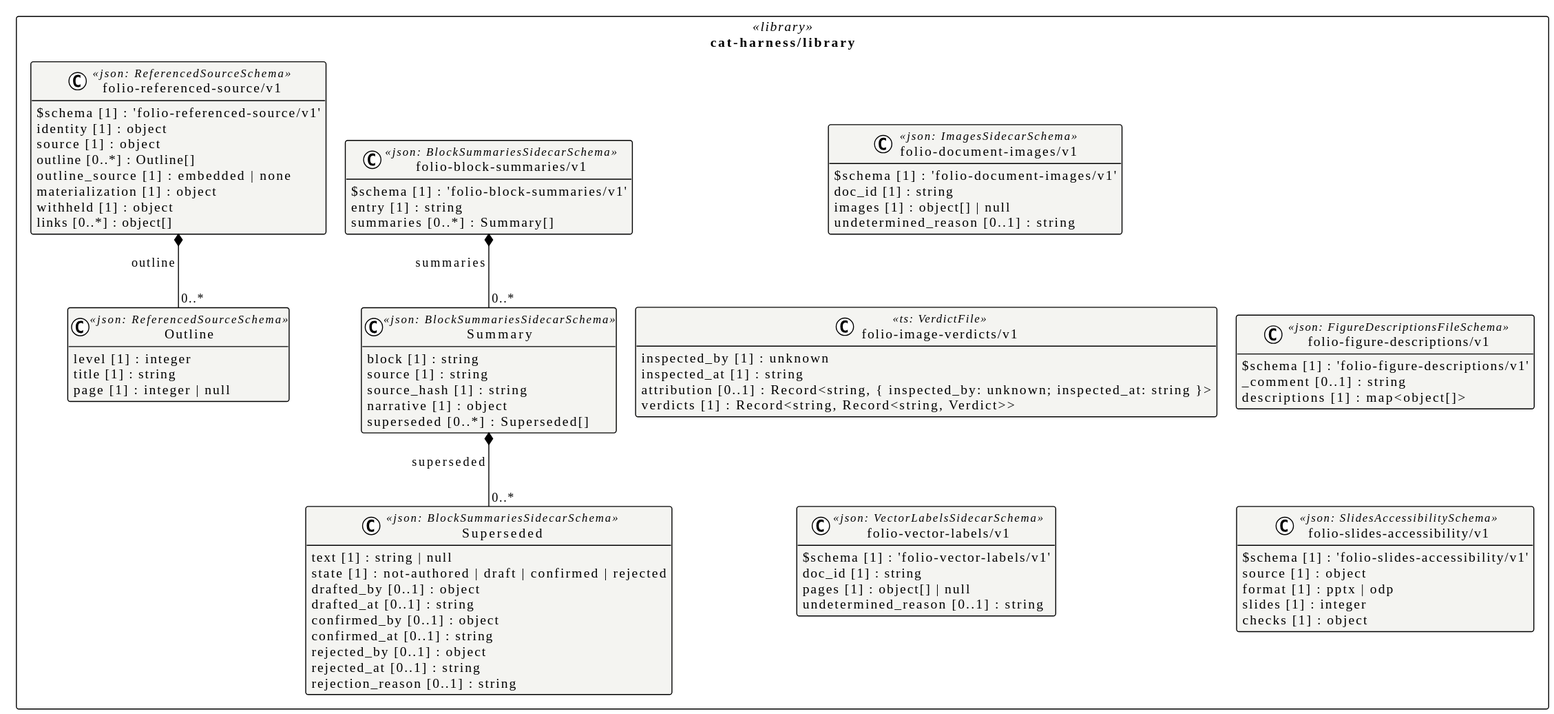
The PlantUML diagram assets/img/uml/overview/cat-harness/library.svg in litlfred/smart-trust, before a commit.
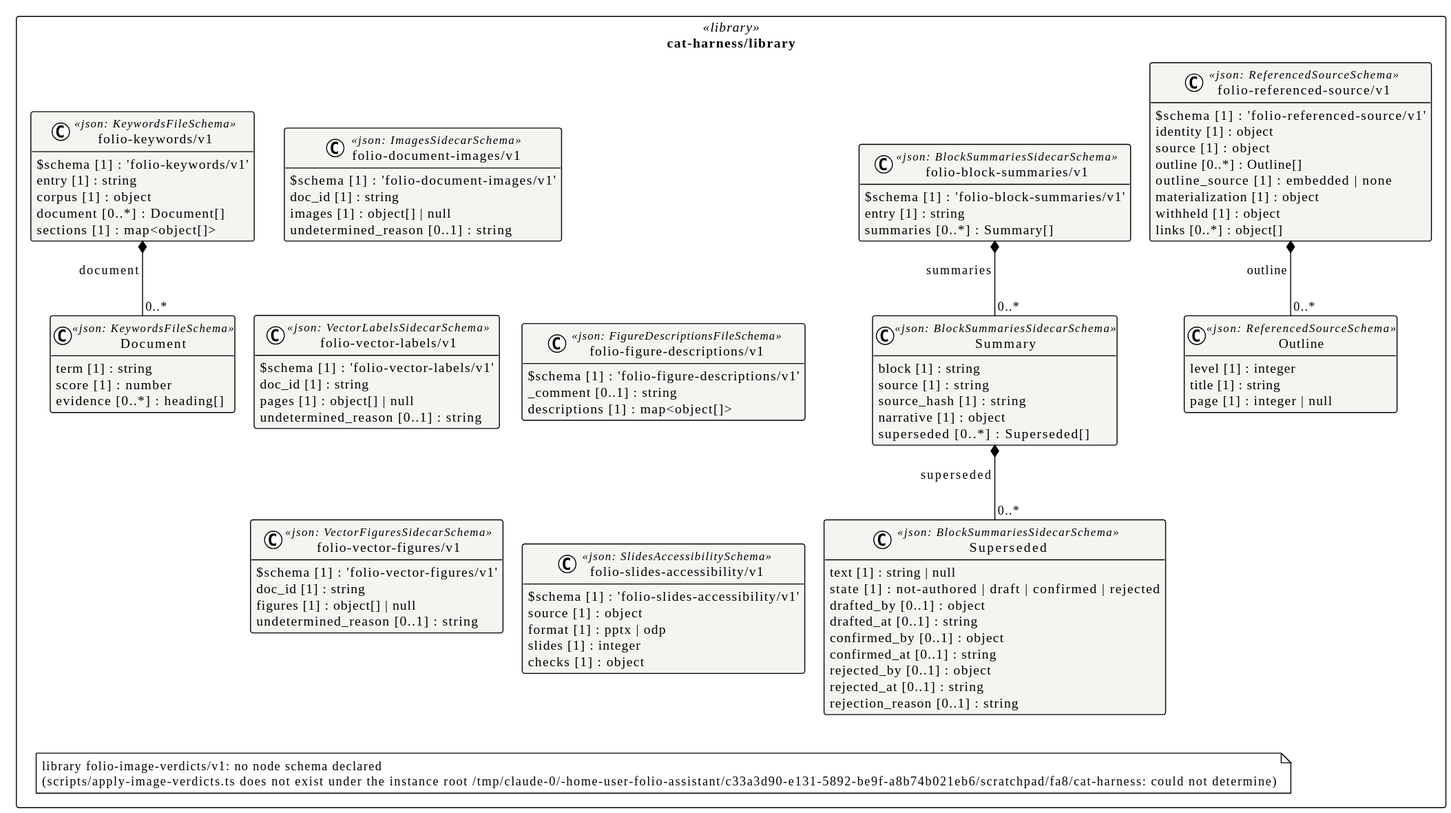
The same file after the commit.

Diff of the diagram source:
```diff
@@ -13,16 +13,16 @@
     images [1] : object[] | null
     undetermined_reason [0..1] : string
   }
-  class "folio-image-verdicts/v1" as cat_harness_library_folio_image_verdicts_v1 <<ts: VerdictFile>> #f4f4f1 {
-    inspected_by [1] : unknown
-    inspected_at [1] : string
-    attribution [0..1] : Record<string, { inspected_by: unknown; inspected_at: string }>
-    verdicts [1] : Record<string, Record<string, Verdict>>
-  }
   class "folio-vector-labels/v1" as cat_harness_library_folio_vector_labels_v1_folio_vector_labels_v1 <<json: VectorLabelsSidecarSchema>> #f4f4f1 {
     $schema [1] : 'folio-vector-labels/v1'
     doc_id [1] : string
     pages [1] : object[] | null
+    undetermined_reason [0..1] : string
+  }
+  class "folio-vector-figures/v1" as cat_harness_library_folio_vector_figures_v1_folio_vector_figures_v1 <<json: VectorFiguresSidecarSchema>> #f4f4f1 {
+    $schema [1] : 'folio-vector-figures/v1'
+    doc_id [1] : string
+    figures [1] : object[] | null
     undetermined_reason [0..1] : string
   }
   class "folio-figure-descriptions/v1" as cat_harness_library_folio_figure_descriptions_v1_folio_figure_descriptions_v1 <<json: FigureDescriptionsFileSchema>> #f4f4f1 {
@@ -53,6 +53,18 @@
     entry [1] : string
     summaries [0..*] : Summary[]
   }
+  class "Document" as cat_harness_library_folio_keywords_v1_Document <<json: KeywordsFileSchema>> #f4f4f1 {
+    term [1] : string
+    score [1] : number
+    evidence [0..*] : heading[]
+  }
+  class "folio-keywords/v1" as cat_harness_library_folio_keywords_v1_folio_keywords_v1 <<json: KeywordsFileSchema>> #f4f4f1 {
+    $schema [1] : 'folio-keywords/v1'
+    entry [1] : string
+    corpus [1] : object
+    document [0..*] : Document[]
+    sections [1] : map<object[]>
+  }
   class "folio-slides-accessibility/v1" as cat_harness_library_folio_slides_accessibility_v1_folio_slides_accessibility_v1 <<json: SlidesAccessibilitySchema>> #f4f4f1 {
     $schema [1] : 'folio-slides-accessibility/v1'
     source [1] : object
@@ -75,9 +87,11 @@
     withheld [1] : object
     links [0..*] : object[]
   }
+  note "library folio-image-verdicts/v1: no node schema declared\n(scripts/apply-image-verdicts.ts does not exist under the instance root /tmp/claude-0/-home-user-folio-assistant/c33a3d90-e131-5892-be9f-a8b74b021eb6/scratchpad/fa8/cat-harness: could not determine)" as n_cat_harness_library_library_folio_image_verdicts_v1
 }
 
 cat_harness_library_folio_block_summaries_v1_Summary *-- "0..*" cat_harness_library_folio_block_summaries_v1_Superseded : superseded
 cat_harness_library_folio_block_summaries_v1_folio_block_summaries_v1 *-- "0..*" cat_harness_library_folio_block_summaries_v1_Summary : summaries
+cat_harness_library_folio_keywords_v1_folio_keywords_v1 *-- "0..*" cat_harness_library_folio_keywords_v1_Document : document
 cat_harness_library_folio_referenced_source_v1_folio_referenced_source_v1 *-- "0..*" cat_harness_library_folio_referenced_source_v1_Outline : outline
 @enduml
```
